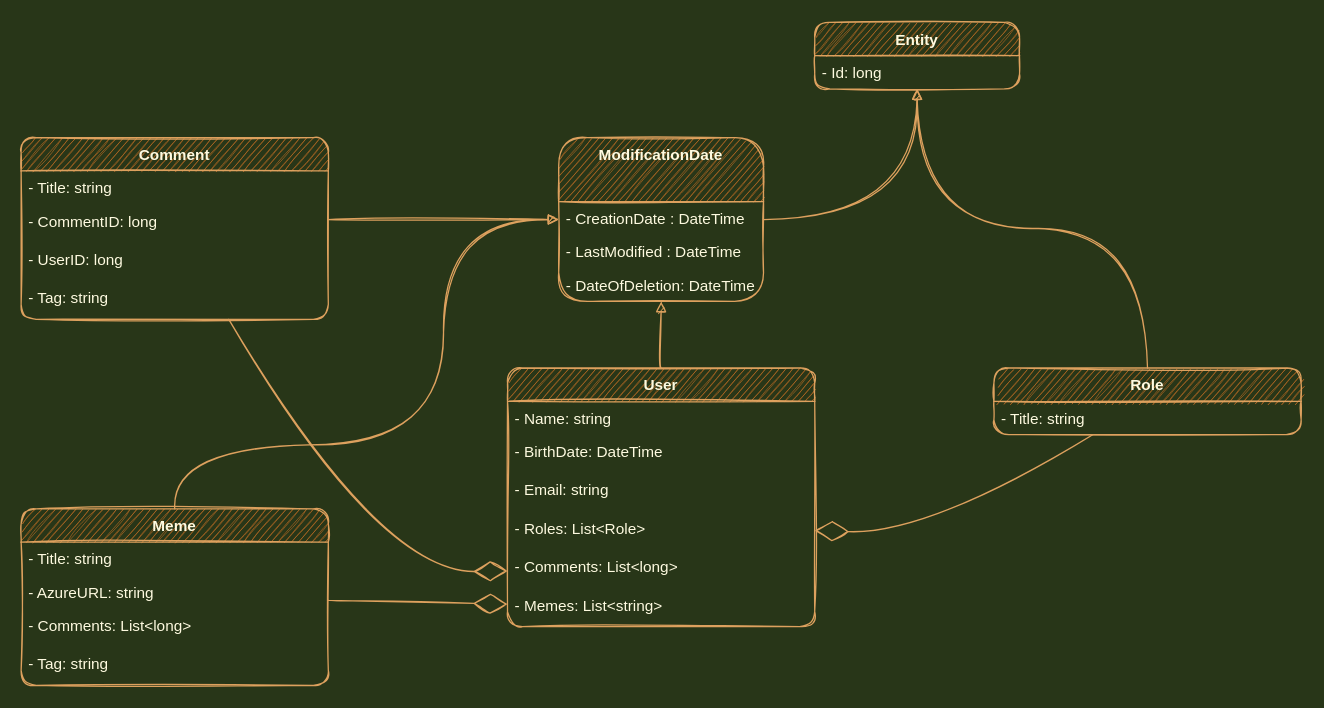
Earlier version of the draw.io diagram petProject.drawio (Sairieth/MemeIt). Source tidied: cells renumbered, new cells numbered last; positions are measured from the earlier drawing's top-left corner, leaving out a move shared by most shapes. Both pictures are drawn from the tidied source at 128%, with x=0, y=0 at pixel (20, 22).
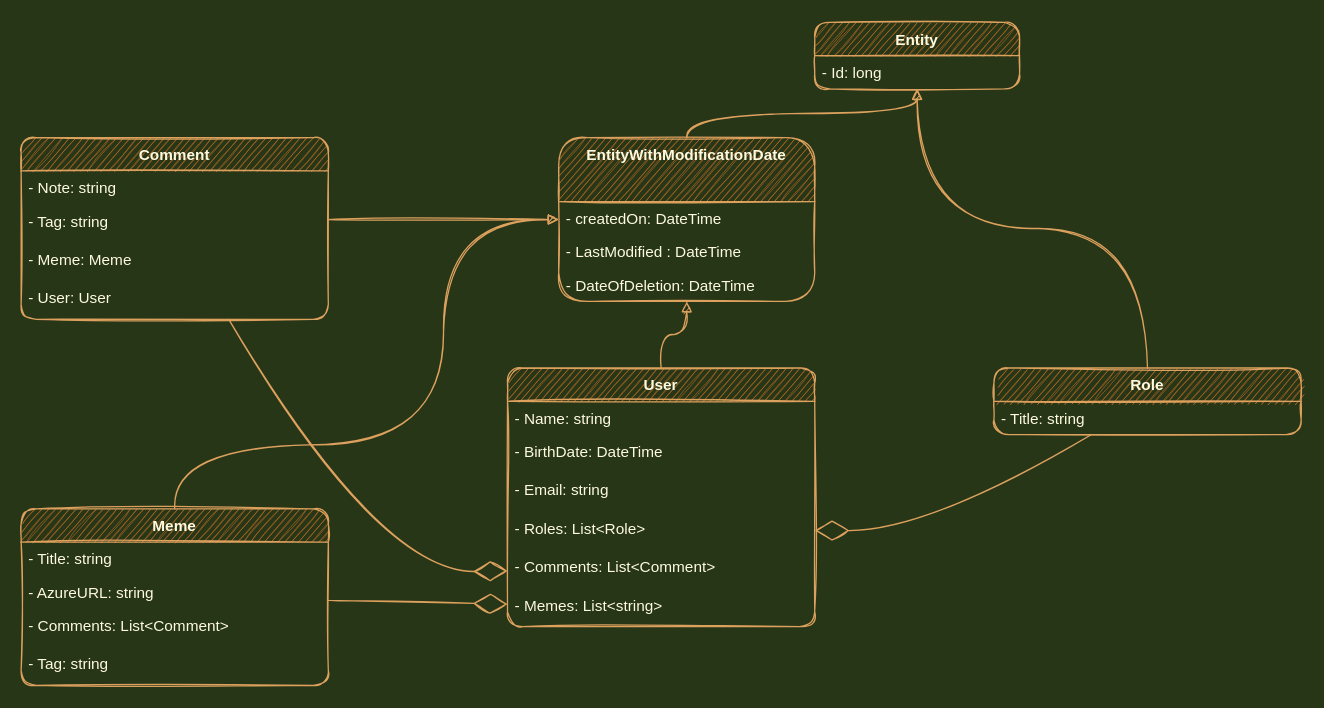
The same page after the edit.

Commit message:
feat: changes made to models in UML

Unchanged cells that the change refers to:
```xml
<mxCell id="2" value="User" style="swimlane;fontStyle=1;align=center;verticalAlign=top;horizontal=1;startSize=26;rounded=1;fontColor=#FEFAE0;strokeColor=#DDA15E;fillColor=#BC6C25;sketch=1;" parent="1" vertex="1">
  <mxGeometry x="380" y="270" width="240" height="202" as="geometry" />
</mxCell>
<mxCell id="6" value="- Roles: List&lt;Role&gt;" style="text;strokeColor=none;fillColor=none;align=left;verticalAlign=top;spacingLeft=4;spacingRight=4;overflow=hidden;points=[[0,0.5],[1,0.5]];portConstraint=eastwest;rounded=1;fontColor=#FEFAE0;sketch=1;" parent="2" vertex="1">
  <mxGeometry y="112" width="240" height="30" as="geometry" />
</mxCell>
<mxCell id="9" value="Meme" style="swimlane;fontStyle=1;align=center;verticalAlign=top;horizontal=1;startSize=26;rounded=1;fontColor=#FEFAE0;strokeColor=#DDA15E;fillColor=#BC6C25;sketch=1;" parent="1" vertex="1">
  <mxGeometry y="380" width="240" height="138" as="geometry" />
</mxCell>
<mxCell id="14" value="Comment" style="swimlane;fontStyle=1;align=center;verticalAlign=top;horizontal=1;startSize=26;rounded=1;fontColor=#FEFAE0;strokeColor=#DDA15E;fillColor=#BC6C25;sketch=1;" parent="1" vertex="1">
  <mxGeometry y="90" width="240" height="142" as="geometry" />
</mxCell>
<mxCell id="19" value="Role" style="swimlane;fontStyle=1;align=center;verticalAlign=top;horizontal=1;startSize=26;rounded=1;fontColor=#FEFAE0;strokeColor=#DDA15E;fillColor=#BC6C25;sketch=1;" parent="1" vertex="1">
  <mxGeometry x="760" y="270" width="240" height="52" as="geometry" />
</mxCell>
```

The edit, as a diff of the source:
```diff
@@
-    <mxCell id="7" value="- Comments: List&lt;long&gt;" style="text;strokeColor=none;fillColor=none;align=left;verticalAlign=top;spacingLeft=4;spacingRight=4;overflow=hidden;points=[[0,0.5],[1,0.5]];portConstraint=eastwest;rounded=1;fontColor=#FEFAE0;sketch=1;" parent="2" vertex="1">
+    <mxCell id="7" value="- Comments: List&lt;Comment&gt;" style="text;strokeColor=none;fillColor=none;align=left;verticalAlign=top;spacingLeft=4;spacingRight=4;overflow=hidden;points=[[0,0.5],[1,0.5]];portConstraint=eastwest;rounded=1;fontColor=#FEFAE0;sketch=1;" parent="2" vertex="1">
       <mxGeometry y="142" width="240" height="30" as="geometry" />
     </mxCell>
@@
-    <mxCell id="12" value="- Comments: List&lt;long&gt;" style="text;strokeColor=none;fillColor=none;align=left;verticalAlign=top;spacingLeft=4;spacingRight=4;overflow=hidden;rounded=1;fontColor=#FEFAE0;sketch=1;" parent="9" vertex="1">
+    <mxCell id="12" value="- Comments: List&lt;Comment&gt;" style="text;strokeColor=none;fillColor=none;align=left;verticalAlign=top;spacingLeft=4;spacingRight=4;overflow=hidden;rounded=1;fontColor=#FEFAE0;sketch=1;" parent="9" vertex="1">
       <mxGeometry y="78" width="240" height="30" as="geometry" />
     </mxCell>
@@
-    <mxCell id="15" value="- Title: string" style="text;strokeColor=none;fillColor=none;align=left;verticalAlign=top;spacingLeft=4;spacingRight=4;overflow=hidden;rounded=1;fontColor=#FEFAE0;sketch=1;" parent="14" vertex="1">
+    <mxCell id="15" value="- Note: string" style="text;strokeColor=none;fillColor=none;align=left;verticalAlign=top;spacingLeft=4;spacingRight=4;overflow=hidden;rounded=1;fontColor=#FEFAE0;sketch=1;" parent="14" vertex="1">
       <mxGeometry y="26" width="240" height="26" as="geometry" />
     </mxCell>
+    <mxCell id="18" value="- Tag: string" style="text;strokeColor=none;fillColor=none;align=left;verticalAlign=top;spacingLeft=4;spacingRight=4;overflow=hidden;rounded=1;fontColor=#FEFAE0;sketch=1;" parent="14" vertex="1">
+      <mxGeometry y="52" width="240" height="30" as="geometry" />
+    </mxCell>
-    <mxCell id="16" value="- CommentID: long" style="text;strokeColor=none;fillColor=none;align=left;verticalAlign=top;spacingLeft=4;spacingRight=4;overflow=hidden;rounded=1;fontColor=#FEFAE0;sketch=1;" parent="14" vertex="1">
-      <mxGeometry y="52" width="240" height="30" as="geometry" />
+    <mxCell id="16" value="- Meme: Meme" style="text;strokeColor=none;fillColor=none;align=left;verticalAlign=top;spacingLeft=4;spacingRight=4;overflow=hidden;rounded=1;fontColor=#FEFAE0;sketch=1;" parent="14" vertex="1">
+      <mxGeometry y="82" width="240" height="30" as="geometry" />
     </mxCell>
-    <mxCell id="17" value="- UserID: long" style="text;strokeColor=none;fillColor=none;align=left;verticalAlign=top;spacingLeft=4;spacingRight=4;overflow=hidden;rounded=1;fontColor=#FEFAE0;sketch=1;" parent="14" vertex="1">
-      <mxGeometry y="82" width="240" height="30" as="geometry" />
+    <mxCell id="17" value="- User: User" style="text;strokeColor=none;fillColor=none;align=left;verticalAlign=top;spacingLeft=4;spacingRight=4;overflow=hidden;rounded=1;fontColor=#FEFAE0;sketch=1;" parent="14" vertex="1">
+      <mxGeometry y="112" width="240" height="30" as="geometry" />
     </mxCell>
-    <mxCell id="18" value="- Tag: string" style="text;strokeColor=none;fillColor=none;align=left;verticalAlign=top;spacingLeft=4;spacingRight=4;overflow=hidden;rounded=1;fontColor=#FEFAE0;sketch=1;" parent="14" vertex="1">
-      <mxGeometry y="112" width="240" height="30" as="geometry" />
-    </mxCell>
@@
     <mxCell id="21" style="endArrow=diamondThin;endFill=0;endSize=24;html=1;rounded=1;fontColor=#FEFAE0;strokeColor=#DDA15E;fillColor=#BC6C25;entryX=1;entryY=0.5;entryDx=0;entryDy=0;sketch=1;curved=1;" parent="1" edge="1" source="19" target="6">
       <mxGeometry relative="1" as="geometry">
         <Array as="points">
-          <mxPoint x="710" y="400" />
+          <mxPoint x="710" y="397" />
         </Array>
       </mxGeometry>
     </mxCell>
-    <mxCell id="22" value="ModificationDate" style="swimlane;fontStyle=1;align=center;verticalAlign=top;horizontal=1;startSize=50;fillColor=#BC6C25;strokeColor=#DDA15E;fontColor=#FEFAE0;sketch=1;rounded=1;" parent="1" vertex="1">
-      <mxGeometry x="420" y="90" width="160" height="128" as="geometry" />
+    <mxCell id="22" value="EntityWithModificationDate" style="swimlane;fontStyle=1;align=center;verticalAlign=top;horizontal=1;startSize=50;fillColor=#BC6C25;strokeColor=#DDA15E;fontColor=#FEFAE0;sketch=1;rounded=1;" parent="1" vertex="1">
+      <mxGeometry x="420" y="90" width="200" height="128" as="geometry" />
     </mxCell>
-    <mxCell id="23" value="- CreationDate : DateTime" style="text;strokeColor=none;fillColor=none;align=left;verticalAlign=top;spacingLeft=4;spacingRight=4;overflow=hidden;fontColor=#FEFAE0;sketch=1;rounded=1;" parent="22" vertex="1">
-      <mxGeometry y="50" width="160" height="26" as="geometry" />
+    <mxCell id="23" value="- createdOn: DateTime" style="text;strokeColor=none;fillColor=none;align=left;verticalAlign=top;spacingLeft=4;spacingRight=4;overflow=hidden;fontColor=#FEFAE0;sketch=1;rounded=1;" parent="22" vertex="1">
+      <mxGeometry y="50" width="200" height="26" as="geometry" />
     </mxCell>
     <mxCell id="24" value="- LastModified : DateTime" style="text;strokeColor=none;fillColor=none;align=left;verticalAlign=top;spacingLeft=4;spacingRight=4;overflow=hidden;fontColor=#FEFAE0;sketch=1;rounded=1;" parent="22" vertex="1">
-      <mxGeometry y="76" width="160" height="26" as="geometry" />
+      <mxGeometry y="76" width="200" height="26" as="geometry" />
     </mxCell>
     <mxCell id="25" value="- DateOfDeletion: DateTime" style="text;strokeColor=none;fillColor=none;align=left;verticalAlign=top;spacingLeft=4;spacingRight=4;overflow=hidden;fontColor=#FEFAE0;sketch=1;rounded=1;" parent="22" vertex="1">
-      <mxGeometry y="102" width="160" height="26" as="geometry" />
+      <mxGeometry y="102" width="200" height="26" as="geometry" />
     </mxCell>
```
